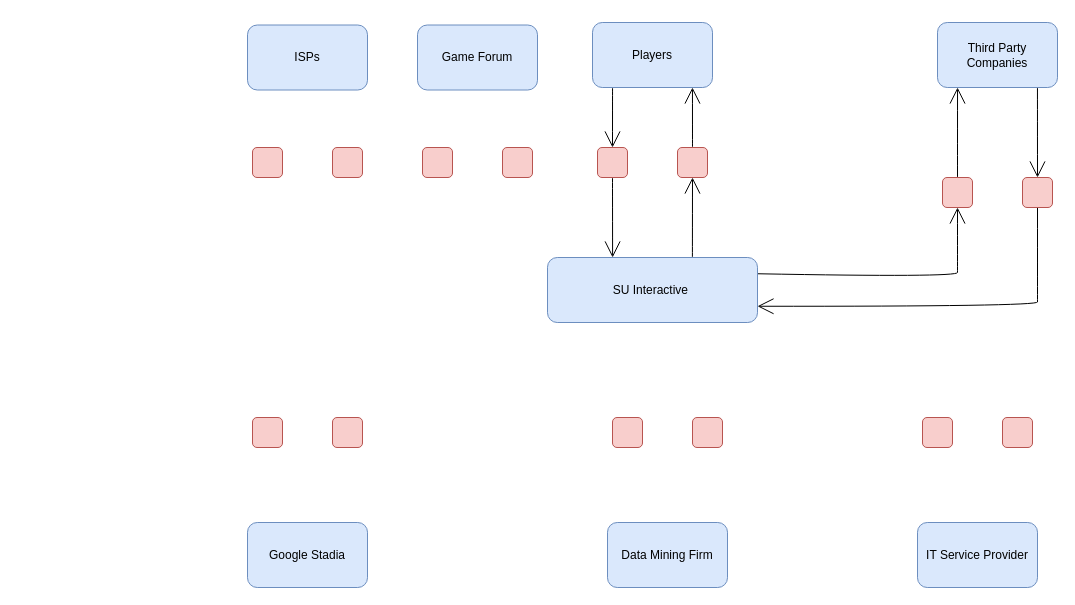
NishChahar/Uni-Assignments keeps this draw.io diagram as IS1.drawio. Above is the earlier version. Source tidied: cells renumbered, new cells numbered last; positions are measured from the earlier drawing's top-left corner, leaving out a move shared by most shapes. Both pictures are drawn from the tidied source at 100%, with x=0, y=0 at pixel (247, 22).
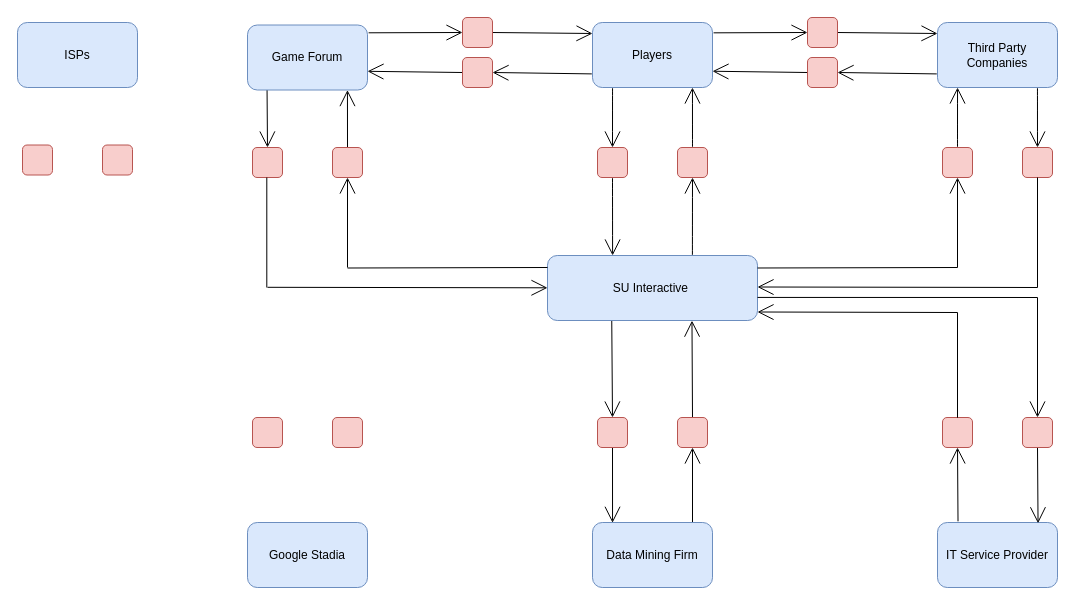
Above is the later version.

The change refers to these unchanged cells:
```xml
<mxCell id="7" value="Players" style="rounded=1;whiteSpace=wrap;html=1;hachureGap=4;fillColor=#dae8fc;strokeColor=#6c8ebf;" parent="1" vertex="1">
  <mxGeometry x="345" width="120" height="65" as="geometry" />
</mxCell>
<mxCell id="10" value="Third Party Companies" style="rounded=1;whiteSpace=wrap;html=1;hachureGap=4;fillColor=#dae8fc;strokeColor=#6c8ebf;" parent="1" vertex="1">
  <mxGeometry x="690" width="120" height="65" as="geometry" />
</mxCell>
```

Diff of the diagram source:
```diff
@@
+    <mxCell id="32" style="edgeStyle=none;rounded=0;jettySize=auto;html=1;endArrow=open;startSize=14;endSize=14;sourcePerimeterSpacing=8;targetPerimeterSpacing=8;exitX=0.171;exitY=-0.018;exitDx=0;exitDy=0;exitPerimeter=0;entryX=0.5;entryY=1;entryDx=0;entryDy=0;" parent="1" edge="1" source="2" target="17">
+      <mxGeometry relative="1" as="geometry" />
+    </mxCell>
     <mxCell id="2" value="IT Service Provider" style="rounded=1;whiteSpace=wrap;html=1;hachureGap=4;fillColor=#dae8fc;strokeColor=#6c8ebf;" parent="1" vertex="1">
-      <mxGeometry x="670" y="500" width="120" height="65" as="geometry" />
+      <mxGeometry x="690" y="500" width="120" height="65" as="geometry" />
     </mxCell>
@@
-    <mxCell id="4" style="edgeStyle=none;curved=1;rounded=0;jettySize=auto;html=1;endArrow=open;startSize=14;endSize=14;sourcePerimeterSpacing=8;targetPerimeterSpacing=8;exitX=1;exitY=0.25;exitDx=0;exitDy=0;entryX=0.5;entryY=1;entryDx=0;entryDy=0;" parent="1" edge="1" source="5" target="25">
-      <mxGeometry relative="1" as="geometry">
-        <Array as="points">
-          <mxPoint x="710" y="255" />
-          <mxPoint x="710" y="245" />
-        </Array>
-      </mxGeometry>
-    </mxCell>
+    <mxCell id="33" style="edgeStyle=none;rounded=0;orthogonalLoop=1;jettySize=auto;html=1;endArrow=open;startSize=14;endSize=14;sourcePerimeterSpacing=8;targetPerimeterSpacing=8;entryX=1;entryY=0.5;entryDx=0;entryDy=0;" parent="1" edge="1">
+      <mxGeometry relative="1" as="geometry">
+        <mxPoint x="790" y="265" as="sourcePoint" />
+        <mxPoint x="510" y="264.5" as="targetPoint" />
+      </mxGeometry>
+    </mxCell>
+    <mxCell id="34" style="edgeStyle=none;rounded=0;jumpSize=1;jettySize=auto;html=1;endArrow=open;startSize=14;endSize=14;sourcePerimeterSpacing=8;targetPerimeterSpacing=8;exitX=0.306;exitY=1.001;exitDx=0;exitDy=0;exitPerimeter=0;entryX=0.5;entryY=0;entryDx=0;entryDy=0;" parent="1" edge="1" source="5" target="19">
+      <mxGeometry relative="1" as="geometry" />
+    </mxCell>
     <mxCell id="5" value="SU Interactive&amp;nbsp;" style="rounded=1;whiteSpace=wrap;html=1;hachureGap=4;fillColor=#dae8fc;strokeColor=#6c8ebf;" parent="1" vertex="1">
-      <mxGeometry x="300" y="235" width="210" height="65" as="geometry" />
+      <mxGeometry x="300" y="233" width="210" height="65" as="geometry" />
     </mxCell>
@@
+    <mxCell id="35" style="edgeStyle=none;rounded=0;jettySize=auto;html=1;endArrow=open;startSize=14;endSize=14;sourcePerimeterSpacing=8;targetPerimeterSpacing=8;entryX=0;entryY=0.5;entryDx=0;entryDy=0;exitX=1.009;exitY=0.159;exitDx=0;exitDy=0;exitPerimeter=0;" parent="1" edge="1" source="7" target="50">
+      <mxGeometry relative="1" as="geometry" />
+    </mxCell>
@@
     <mxCell id="8" value="ISPs" style="rounded=1;whiteSpace=wrap;html=1;hachureGap=4;fillColor=#dae8fc;strokeColor=#6c8ebf;" parent="1" vertex="1">
-      <mxGeometry y="2.5" width="120" height="65" as="geometry" />
+      <mxGeometry x="-230" width="120" height="65" as="geometry" />
     </mxCell>
@@
+    <mxCell id="36" style="edgeStyle=none;rounded=0;jettySize=auto;html=1;endArrow=open;startSize=14;endSize=14;sourcePerimeterSpacing=8;targetPerimeterSpacing=8;entryX=1;entryY=0.5;entryDx=0;entryDy=0;exitX=-0.006;exitY=0.791;exitDx=0;exitDy=0;exitPerimeter=0;" parent="1" edge="1" source="10" target="48">
+      <mxGeometry relative="1" as="geometry" />
+    </mxCell>
@@
+    <mxCell id="37" style="edgeStyle=none;rounded=0;jumpSize=1;jettySize=auto;html=1;endArrow=open;startSize=14;endSize=14;sourcePerimeterSpacing=8;targetPerimeterSpacing=8;entryX=0.5;entryY=1;entryDx=0;entryDy=0;" parent="1" edge="1" target="18">
+      <mxGeometry relative="1" as="geometry">
+        <mxPoint x="445" y="500" as="sourcePoint" />
+      </mxGeometry>
+    </mxCell>
     <mxCell id="11" value="Data Mining Firm" style="rounded=1;whiteSpace=wrap;html=1;hachureGap=4;fillColor=#dae8fc;strokeColor=#6c8ebf;" parent="1" vertex="1">
-      <mxGeometry x="360" y="500" width="120" height="65" as="geometry" />
+      <mxGeometry x="345" y="500" width="120" height="65" as="geometry" />
     </mxCell>
@@
+    <mxCell id="38" style="edgeStyle=none;rounded=0;jettySize=auto;html=1;endArrow=open;startSize=14;endSize=14;sourcePerimeterSpacing=8;targetPerimeterSpacing=8;entryX=0.838;entryY=0.012;entryDx=0;entryDy=0;entryPerimeter=0;exitX=0.5;exitY=1;exitDx=0;exitDy=0;" parent="1" edge="1" source="16" target="2">
+      <mxGeometry relative="1" as="geometry" />
+    </mxCell>
     <mxCell id="16" style="rounded=1;whiteSpace=wrap;html=1;hachureGap=4;fillColor=#f8cecc;strokeColor=#b85450;" parent="1" vertex="1">
-      <mxGeometry x="755" y="395" width="30" height="30" as="geometry" />
+      <mxGeometry x="775" y="395" width="30" height="30" as="geometry" />
     </mxCell>
+    <mxCell id="39" style="edgeStyle=none;rounded=0;orthogonalLoop=1;jettySize=auto;html=1;endArrow=open;startSize=14;endSize=14;sourcePerimeterSpacing=8;targetPerimeterSpacing=8;entryX=0.5;entryY=0;entryDx=0;entryDy=0;" parent="1" edge="1">
+      <mxGeometry relative="1" as="geometry">
+        <mxPoint x="790" y="275" as="sourcePoint" />
+        <mxPoint x="790" y="395" as="targetPoint" />
+      </mxGeometry>
+    </mxCell>
     <mxCell id="17" style="rounded=1;whiteSpace=wrap;html=1;hachureGap=4;fillColor=#f8cecc;strokeColor=#b85450;" parent="1" vertex="1">
-      <mxGeometry x="675" y="395" width="30" height="30" as="geometry" />
+      <mxGeometry x="695" y="395" width="30" height="30" as="geometry" />
     </mxCell>
+    <mxCell id="40" style="edgeStyle=none;rounded=0;jumpSize=1;jettySize=auto;html=1;endArrow=open;startSize=14;endSize=14;sourcePerimeterSpacing=8;targetPerimeterSpacing=8;exitX=0.5;exitY=0;exitDx=0;exitDy=0;entryX=0.688;entryY=1.002;entryDx=0;entryDy=0;entryPerimeter=0;" parent="1" edge="1" source="18" target="5">
+      <mxGeometry relative="1" as="geometry" />
+    </mxCell>
     <mxCell id="18" style="rounded=1;whiteSpace=wrap;html=1;hachureGap=4;fillColor=#f8cecc;strokeColor=#b85450;" parent="1" vertex="1">
-      <mxGeometry x="445" y="395" width="30" height="30" as="geometry" />
+      <mxGeometry x="430" y="395" width="30" height="30" as="geometry" />
     </mxCell>
+    <mxCell id="41" style="edgeStyle=none;rounded=0;jumpSize=1;jettySize=auto;html=1;endArrow=open;startSize=14;endSize=14;sourcePerimeterSpacing=8;targetPerimeterSpacing=8;exitX=0.5;exitY=1;exitDx=0;exitDy=0;entryX=0.167;entryY=0.005;entryDx=0;entryDy=0;entryPerimeter=0;" parent="1" edge="1" source="19" target="11">
+      <mxGeometry relative="1" as="geometry" />
+    </mxCell>
     <mxCell id="19" style="rounded=1;whiteSpace=wrap;html=1;hachureGap=4;fillColor=#f8cecc;strokeColor=#b85450;" parent="1" vertex="1">
-      <mxGeometry x="365" y="395" width="30" height="30" as="geometry" />
+      <mxGeometry x="350" y="395" width="30" height="30" as="geometry" />
     </mxCell>
     <mxCell id="20" style="rounded=1;whiteSpace=wrap;html=1;hachureGap=4;fillColor=#f8cecc;strokeColor=#b85450;" parent="1" vertex="1">
-      <mxGeometry x="85" y="125" width="30" height="30" as="geometry" />
+      <mxGeometry x="-145" y="122.5" width="30" height="30" as="geometry" />
     </mxCell>
     <mxCell id="21" style="rounded=1;whiteSpace=wrap;html=1;hachureGap=4;fillColor=#f8cecc;strokeColor=#b85450;" parent="1" vertex="1">
-      <mxGeometry x="5" y="125" width="30" height="30" as="geometry" />
+      <mxGeometry x="-225" y="122.5" width="30" height="30" as="geometry" />
     </mxCell>
-    <mxCell id="22" style="edgeStyle=none;curved=1;rounded=0;jettySize=auto;html=1;endArrow=open;startSize=14;endSize=14;sourcePerimeterSpacing=8;targetPerimeterSpacing=8;entryX=1;entryY=0.75;entryDx=0;entryDy=0;exitX=0.5;exitY=1;exitDx=0;exitDy=0;" parent="1" edge="1" source="23" target="5">
-      <mxGeometry relative="1" as="geometry">
-        <Array as="points">
-          <mxPoint x="790" y="275" />
-          <mxPoint x="790" y="284" />
-        </Array>
-      </mxGeometry>
-    </mxCell>
     <mxCell id="23" style="rounded=1;whiteSpace=wrap;html=1;hachureGap=4;fillColor=#f8cecc;strokeColor=#b85450;" parent="1" vertex="1">
-      <mxGeometry x="775" y="155" width="30" height="30" as="geometry" />
+      <mxGeometry x="775" y="125" width="30" height="30" as="geometry" />
     </mxCell>
@@
+    <mxCell id="42" style="edgeStyle=none;rounded=0;jettySize=auto;html=1;endArrow=open;startSize=14;endSize=14;sourcePerimeterSpacing=8;targetPerimeterSpacing=8;entryX=0.5;entryY=1;entryDx=0;entryDy=0;" parent="1" edge="1" target="25">
+      <mxGeometry relative="1" as="geometry">
+        <mxPoint x="710" y="245" as="sourcePoint" />
+      </mxGeometry>
+    </mxCell>
     <mxCell id="25" style="rounded=1;whiteSpace=wrap;html=1;hachureGap=4;fillColor=#f8cecc;strokeColor=#b85450;" parent="1" vertex="1">
-      <mxGeometry x="695" y="155" width="30" height="30" as="geometry" />
+      <mxGeometry x="695" y="125" width="30" height="30" as="geometry" />
     </mxCell>
@@
+    <mxCell id="43" style="edgeStyle=none;rounded=0;jumpSize=1;jettySize=auto;html=1;endArrow=open;startSize=14;endSize=14;sourcePerimeterSpacing=8;targetPerimeterSpacing=8;entryX=0.5;entryY=0;entryDx=0;entryDy=0;exitX=0.163;exitY=0.991;exitDx=0;exitDy=0;exitPerimeter=0;" parent="1" edge="1" source="29" target="31">
+      <mxGeometry relative="1" as="geometry" />
+    </mxCell>
     <mxCell id="29" value="Game Forum" style="rounded=1;whiteSpace=wrap;html=1;hachureGap=4;fillColor=#dae8fc;strokeColor=#6c8ebf;" parent="1" vertex="1">
-      <mxGeometry x="170" y="2.5" width="120" height="65" as="geometry" />
+      <mxGeometry y="2.5" width="120" height="65" as="geometry" />
     </mxCell>
+    <mxCell id="44" style="edgeStyle=none;rounded=0;jumpSize=1;jettySize=auto;html=1;endArrow=open;startSize=14;endSize=14;sourcePerimeterSpacing=8;targetPerimeterSpacing=8;exitX=0.5;exitY=0;exitDx=0;exitDy=0;entryX=0.833;entryY=1.001;entryDx=0;entryDy=0;entryPerimeter=0;" parent="1" edge="1" source="30" target="29">
+      <mxGeometry relative="1" as="geometry" />
+    </mxCell>
     <mxCell id="30" style="rounded=1;whiteSpace=wrap;html=1;hachureGap=4;fillColor=#f8cecc;strokeColor=#b85450;" parent="1" vertex="1">
-      <mxGeometry x="255" y="125" width="30" height="30" as="geometry" />
+      <mxGeometry x="85" y="125" width="30" height="30" as="geometry" />
     </mxCell>
     <mxCell id="31" style="rounded=1;whiteSpace=wrap;html=1;hachureGap=4;fillColor=#f8cecc;strokeColor=#b85450;" parent="1" vertex="1">
-      <mxGeometry x="175" y="125" width="30" height="30" as="geometry" />
+      <mxGeometry x="5" y="125" width="30" height="30" as="geometry" />
     </mxCell>
+    <mxCell id="45" style="endArrow=none;html=1;startSize=14;endSize=14;sourcePerimeterSpacing=8;targetPerimeterSpacing=8;exitX=1;exitY=0.5;exitDx=0;exitDy=0;" parent="1" edge="1">
+      <mxGeometry relative="1" as="geometry">
+        <mxPoint x="510" y="245.5" as="sourcePoint" />
+        <mxPoint x="710" y="245" as="targetPoint" />
+      </mxGeometry>
+    </mxCell>
+    <mxCell id="46" style="endArrow=none;html=1;startSize=14;endSize=14;sourcePerimeterSpacing=8;targetPerimeterSpacing=8;entryX=0.5;entryY=1;entryDx=0;entryDy=0;" parent="1" edge="1" target="23">
+      <mxGeometry relative="1" as="geometry">
+        <mxPoint x="790" y="265" as="sourcePoint" />
+      </mxGeometry>
+    </mxCell>
+    <mxCell id="47" style="edgeStyle=none;rounded=0;jettySize=auto;html=1;endArrow=open;startSize=14;endSize=14;sourcePerimeterSpacing=8;targetPerimeterSpacing=8;exitX=0;exitY=0.5;exitDx=0;exitDy=0;entryX=1;entryY=0.75;entryDx=0;entryDy=0;" parent="1" edge="1" source="48" target="7">
+      <mxGeometry relative="1" as="geometry" />
+    </mxCell>
+    <mxCell id="48" style="rounded=1;whiteSpace=wrap;html=1;hachureGap=4;fillColor=#f8cecc;strokeColor=#b85450;" parent="1" vertex="1">
+      <mxGeometry x="560" y="35" width="30" height="30" as="geometry" />
+    </mxCell>
+    <mxCell id="49" style="edgeStyle=none;rounded=0;orthogonalLoop=1;jettySize=auto;html=1;endArrow=open;startSize=14;endSize=14;sourcePerimeterSpacing=8;targetPerimeterSpacing=8;exitX=1;exitY=0.5;exitDx=0;exitDy=0;" parent="1" edge="1">
+      <mxGeometry relative="1" as="geometry">
+        <mxPoint x="589" y="10" as="sourcePoint" />
+        <mxPoint x="690" y="11" as="targetPoint" />
+      </mxGeometry>
+    </mxCell>
+    <mxCell id="50" style="rounded=1;whiteSpace=wrap;html=1;hachureGap=4;fillColor=#f8cecc;strokeColor=#b85450;" parent="1" vertex="1">
+      <mxGeometry x="560" y="-5" width="30" height="30" as="geometry" />
+    </mxCell>
+    <mxCell id="51" style="endArrow=none;html=1;startSize=14;endSize=14;sourcePerimeterSpacing=8;targetPerimeterSpacing=8;exitX=1;exitY=0.645;exitDx=0;exitDy=0;exitPerimeter=0;" parent="1" edge="1" source="5">
+      <mxGeometry relative="1" as="geometry">
+        <mxPoint x="790" y="275" as="targetPoint" />
+      </mxGeometry>
+    </mxCell>
+    <mxCell id="52" style="edgeStyle=none;rounded=0;orthogonalLoop=1;jettySize=auto;html=1;endArrow=open;startSize=14;endSize=14;sourcePerimeterSpacing=8;targetPerimeterSpacing=8;entryX=1;entryY=0.5;entryDx=0;entryDy=0;" parent="1" edge="1">
+      <mxGeometry relative="1" as="geometry">
+        <mxPoint x="710" y="290" as="sourcePoint" />
+        <mxPoint x="510" y="289.5" as="targetPoint" />
+      </mxGeometry>
+    </mxCell>
+    <mxCell id="53" style="endArrow=none;html=1;startSize=14;endSize=14;sourcePerimeterSpacing=8;targetPerimeterSpacing=8;jumpSize=1;" parent="1" edge="1">
+      <mxGeometry relative="1" as="geometry">
+        <mxPoint x="710" y="395" as="sourcePoint" />
+        <mxPoint x="710" y="293" as="targetPoint" />
+      </mxGeometry>
+    </mxCell>
+    <mxCell id="54" style="endArrow=none;html=1;startSize=14;endSize=14;sourcePerimeterSpacing=8;targetPerimeterSpacing=8;jumpSize=1;" parent="1" edge="1">
+      <mxGeometry relative="1" as="geometry">
+        <mxPoint x="710" y="395" as="sourcePoint" />
+        <mxPoint x="710" y="290" as="targetPoint" />
+      </mxGeometry>
+    </mxCell>
+    <mxCell id="55" style="edgeStyle=none;rounded=0;jettySize=auto;html=1;endArrow=open;startSize=14;endSize=14;sourcePerimeterSpacing=8;targetPerimeterSpacing=8;entryX=0;entryY=0.5;entryDx=0;entryDy=0;exitX=1.009;exitY=0.159;exitDx=0;exitDy=0;exitPerimeter=0;" parent="1" edge="1" target="60">
+      <mxGeometry relative="1" as="geometry">
+        <mxPoint x="121.1" y="10.3" as="sourcePoint" />
+      </mxGeometry>
+    </mxCell>
+    <mxCell id="56" style="edgeStyle=none;rounded=0;jettySize=auto;html=1;endArrow=open;startSize=14;endSize=14;sourcePerimeterSpacing=8;targetPerimeterSpacing=8;entryX=1;entryY=0.5;entryDx=0;entryDy=0;exitX=-0.006;exitY=0.791;exitDx=0;exitDy=0;exitPerimeter=0;" parent="1" edge="1" target="58">
+      <mxGeometry relative="1" as="geometry">
+        <mxPoint x="344.3" y="51.4" as="sourcePoint" />
+      </mxGeometry>
+    </mxCell>
+    <mxCell id="57" style="edgeStyle=none;rounded=0;jettySize=auto;html=1;endArrow=open;startSize=14;endSize=14;sourcePerimeterSpacing=8;targetPerimeterSpacing=8;exitX=0;exitY=0.5;exitDx=0;exitDy=0;entryX=1;entryY=0.75;entryDx=0;entryDy=0;" parent="1" edge="1" source="58">
+      <mxGeometry relative="1" as="geometry">
+        <mxPoint x="120" y="48.8" as="targetPoint" />
+      </mxGeometry>
+    </mxCell>
+    <mxCell id="58" style="rounded=1;whiteSpace=wrap;html=1;hachureGap=4;fillColor=#f8cecc;strokeColor=#b85450;" parent="1" vertex="1">
+      <mxGeometry x="215" y="35" width="30" height="30" as="geometry" />
+    </mxCell>
+    <mxCell id="59" style="edgeStyle=none;rounded=0;orthogonalLoop=1;jettySize=auto;html=1;endArrow=open;startSize=14;endSize=14;sourcePerimeterSpacing=8;targetPerimeterSpacing=8;exitX=1;exitY=0.5;exitDx=0;exitDy=0;" parent="1" edge="1">
+      <mxGeometry relative="1" as="geometry">
+        <mxPoint x="244" y="10" as="sourcePoint" />
+        <mxPoint x="345" y="11" as="targetPoint" />
+      </mxGeometry>
+    </mxCell>
+    <mxCell id="60" style="rounded=1;whiteSpace=wrap;html=1;hachureGap=4;fillColor=#f8cecc;strokeColor=#b85450;" parent="1" vertex="1">
+      <mxGeometry x="215" y="-5" width="30" height="30" as="geometry" />
+    </mxCell>
+    <mxCell id="61" style="edgeStyle=none;rounded=0;orthogonalLoop=1;jettySize=auto;html=1;endArrow=open;startSize=14;endSize=14;sourcePerimeterSpacing=8;targetPerimeterSpacing=8;entryX=1;entryY=0.5;entryDx=0;entryDy=0;" parent="1" edge="1">
+      <mxGeometry relative="1" as="geometry">
+        <mxPoint x="20" y="264.8" as="sourcePoint" />
+        <mxPoint x="300" y="265.3" as="targetPoint" />
+      </mxGeometry>
+    </mxCell>
+    <mxCell id="62" style="edgeStyle=none;rounded=0;orthogonalLoop=1;jettySize=auto;html=1;endArrow=open;startSize=14;endSize=14;sourcePerimeterSpacing=8;targetPerimeterSpacing=8;entryX=0.5;entryY=1;entryDx=0;entryDy=0;" parent="1" edge="1">
+      <mxGeometry relative="1" as="geometry">
+        <mxPoint x="100" y="245" as="sourcePoint" />
+        <mxPoint x="100" y="155" as="targetPoint" />
+      </mxGeometry>
+    </mxCell>
+    <mxCell id="63" style="endArrow=none;html=1;startSize=14;endSize=14;sourcePerimeterSpacing=8;targetPerimeterSpacing=8;exitX=1;exitY=0.5;exitDx=0;exitDy=0;" parent="1" edge="1">
+      <mxGeometry relative="1" as="geometry">
+        <mxPoint x="300" y="245" as="sourcePoint" />
+        <mxPoint x="100" y="245.5" as="targetPoint" />
+      </mxGeometry>
+    </mxCell>
+    <mxCell id="64" style="endArrow=none;html=1;startSize=14;endSize=14;sourcePerimeterSpacing=8;targetPerimeterSpacing=8;entryX=0.5;entryY=1;entryDx=0;entryDy=0;" parent="1" edge="1">
+      <mxGeometry relative="1" as="geometry">
+        <mxPoint x="19.3" y="155" as="sourcePoint" />
+        <mxPoint x="19.3" y="265" as="targetPoint" />
+      </mxGeometry>
+    </mxCell>
```
